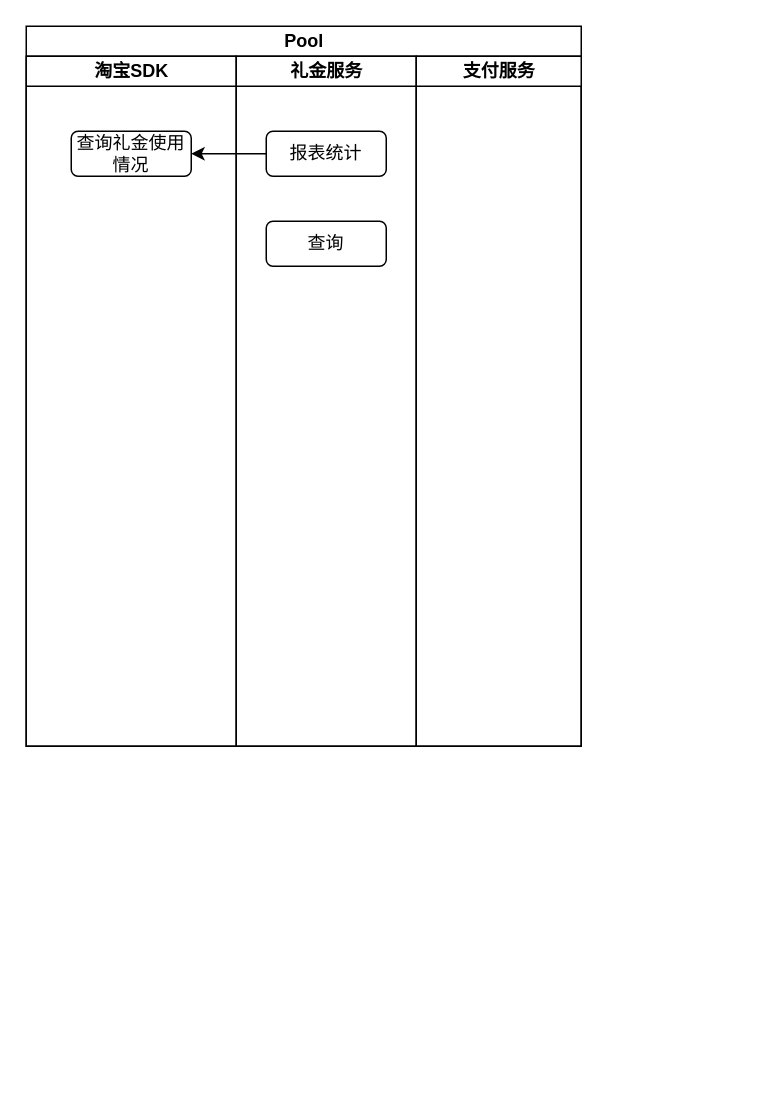
The draw.io diagram miyuan/礼金退回流程.drawio in smallleaf/draw.io, before the edit. Source tidied: cells renumbered, new cells numbered last; positions are measured from the earlier drawing's top-left corner, leaving out a move shared by most shapes. Both pictures are drawn from the tidied source at 150%, with x=0, y=0 at pixel (26, 26).
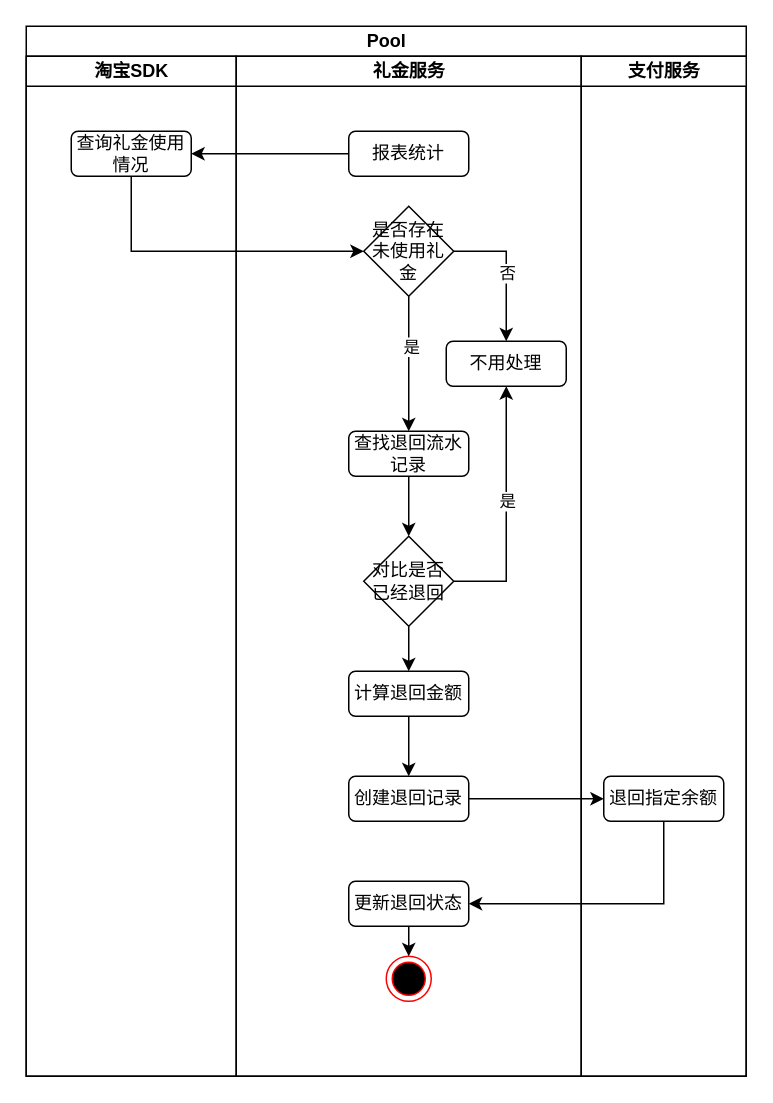
After the change.

Commit message (it also covers changes not shown here):
更新礼金退回流程.drawio

Unchanged cells that the change refers to:
```xml
<mxCell id="4" value="查询礼金使用情况" style="rounded=1;whiteSpace=wrap;html=1;" parent="3" vertex="1">
  <mxGeometry x="30" y="50" width="80" height="30" as="geometry" />
</mxCell>
```

Diff of the diagram source:
```diff
@@
     <mxCell id="2" value="Pool" style="swimlane;startSize=20;html=1;" parent="1" vertex="1">
-      <mxGeometry width="370" height="480" as="geometry" />
+      <mxGeometry width="480" height="700" as="geometry" />
     </mxCell>
     <mxCell id="3" value="淘宝SDK" style="swimlane;startSize=20;html=1;" parent="2" vertex="1">
-      <mxGeometry y="20" width="140" height="460" as="geometry" />
+      <mxGeometry y="20" width="140" height="680" as="geometry" />
     </mxCell>
@@
     <mxCell id="5" value="礼金服务" style="swimlane;startSize=20;html=1;" parent="2" vertex="1">
-      <mxGeometry x="140" y="20" width="120" height="460" as="geometry" />
+      <mxGeometry x="140" y="20" width="230" height="680" as="geometry" />
     </mxCell>
     <mxCell id="6" value="报表统计" style="rounded=1;whiteSpace=wrap;html=1;" parent="5" vertex="1">
-      <mxGeometry x="20" y="50" width="80" height="30" as="geometry" />
+      <mxGeometry x="75" y="50" width="80" height="30" as="geometry" />
     </mxCell>
-    <mxCell id="7" value="查询" style="rounded=1;whiteSpace=wrap;html=1;" parent="5" vertex="1">
-      <mxGeometry x="20" y="110" width="80" height="30" as="geometry" />
-    </mxCell>
+    <mxCell id="10" style="edgeStyle=orthogonalEdgeStyle;rounded=0;jettySize=auto;html=1;exitX=1;exitY=0.5;exitDx=0;exitDy=0;" parent="5" edge="1" source="14" target="15">
+      <mxGeometry relative="1" as="geometry" />
+    </mxCell>
+    <mxCell id="11" value="否" style="edgeLabel;html=1;align=center;verticalAlign=middle;" parent="10" vertex="1">
+      <mxGeometry x="0.03" relative="1" as="geometry" />
+    </mxCell>
+    <mxCell id="12" style="edgeStyle=orthogonalEdgeStyle;rounded=0;jettySize=auto;html=1;exitX=0.5;exitY=1;exitDx=0;exitDy=0;" parent="5" edge="1" source="14" target="17">
+      <mxGeometry relative="1" as="geometry" />
+    </mxCell>
+    <mxCell id="13" value="是" style="edgeLabel;html=1;align=center;verticalAlign=middle;" parent="12" vertex="1">
+      <mxGeometry x="-0.27" y="1" relative="1" as="geometry" />
+    </mxCell>
+    <mxCell id="14" value="是否存在未使用礼金" style="rhombus;whiteSpace=wrap;html=1;" parent="5" vertex="1">
+      <mxGeometry x="85" y="100" width="60" height="60" as="geometry" />
+    </mxCell>
+    <mxCell id="15" value="不用处理" style="rounded=1;whiteSpace=wrap;html=1;" parent="5" vertex="1">
+      <mxGeometry x="140" y="190" width="80" height="30" as="geometry" />
+    </mxCell>
+    <mxCell id="16" style="edgeStyle=orthogonalEdgeStyle;rounded=0;jettySize=auto;html=1;exitX=0.5;exitY=1;exitDx=0;exitDy=0;entryX=0.5;entryY=0;entryDx=0;entryDy=0;" parent="5" edge="1" source="17" target="21">
+      <mxGeometry relative="1" as="geometry" />
+    </mxCell>
+    <mxCell id="17" value="查找退回流水记录" style="rounded=1;whiteSpace=wrap;html=1;" parent="5" vertex="1">
+      <mxGeometry x="75" y="250" width="80" height="30" as="geometry" />
+    </mxCell>
+    <mxCell id="18" style="edgeStyle=orthogonalEdgeStyle;rounded=0;jettySize=auto;html=1;exitX=1;exitY=0.5;exitDx=0;exitDy=0;entryX=0.5;entryY=1;entryDx=0;entryDy=0;" parent="5" edge="1" source="21" target="15">
+      <mxGeometry relative="1" as="geometry" />
+    </mxCell>
+    <mxCell id="19" value="是" style="edgeLabel;html=1;align=center;verticalAlign=middle;" parent="18" vertex="1">
+      <mxGeometry x="0.08" relative="1" as="geometry" />
+    </mxCell>
+    <mxCell id="20" style="edgeStyle=orthogonalEdgeStyle;rounded=0;jettySize=auto;html=1;exitX=0.5;exitY=1;exitDx=0;exitDy=0;entryX=0.5;entryY=0;entryDx=0;entryDy=0;" parent="5" edge="1" source="21" target="23">
+      <mxGeometry relative="1" as="geometry" />
+    </mxCell>
+    <mxCell id="21" value="对比是否已经退回" style="rhombus;whiteSpace=wrap;html=1;" parent="5" vertex="1">
+      <mxGeometry x="85" y="320" width="60" height="60" as="geometry" />
+    </mxCell>
+    <mxCell id="22" style="edgeStyle=orthogonalEdgeStyle;rounded=0;jettySize=auto;html=1;exitX=0.5;exitY=1;exitDx=0;exitDy=0;entryX=0.5;entryY=0;entryDx=0;entryDy=0;" parent="5" edge="1" source="23" target="24">
+      <mxGeometry relative="1" as="geometry" />
+    </mxCell>
+    <mxCell id="23" value="计算退回金额" style="rounded=1;whiteSpace=wrap;html=1;" parent="5" vertex="1">
+      <mxGeometry x="75" y="410" width="80" height="30" as="geometry" />
+    </mxCell>
+    <mxCell id="24" value="创建退回记录" style="rounded=1;whiteSpace=wrap;html=1;" parent="5" vertex="1">
+      <mxGeometry x="75" y="480" width="80" height="30" as="geometry" />
+    </mxCell>
+    <mxCell id="25" style="ellipse;html=1;shape=endState;fillColor=#000000;strokeColor=#ff0000;" parent="5" vertex="1">
+      <mxGeometry x="100" y="600" width="30" height="30" as="geometry" />
+    </mxCell>
+    <mxCell id="26" style="edgeStyle=orthogonalEdgeStyle;rounded=0;jettySize=auto;html=1;exitX=0.5;exitY=1;exitDx=0;exitDy=0;entryX=0.5;entryY=0;entryDx=0;entryDy=0;" parent="5" edge="1" source="27" target="25">
+      <mxGeometry relative="1" as="geometry" />
+    </mxCell>
+    <mxCell id="27" value="更新退回状态" style="rounded=1;whiteSpace=wrap;html=1;" parent="5" vertex="1">
+      <mxGeometry x="75" y="550" width="80" height="30" as="geometry" />
+    </mxCell>
     <mxCell id="8" value="支付服务" style="swimlane;startSize=20;html=1;" parent="2" vertex="1">
-      <mxGeometry x="260" y="20" width="110" height="460" as="geometry" />
+      <mxGeometry x="370" y="20" width="110" height="680" as="geometry" />
     </mxCell>
+    <mxCell id="28" value="退回指定余额" style="rounded=1;whiteSpace=wrap;html=1;" parent="8" vertex="1">
+      <mxGeometry x="15" y="480" width="80" height="30" as="geometry" />
+    </mxCell>
@@
+    <mxCell id="29" style="edgeStyle=orthogonalEdgeStyle;rounded=0;jettySize=auto;html=1;exitX=0.5;exitY=1;exitDx=0;exitDy=0;entryX=0;entryY=0.5;entryDx=0;entryDy=0;" parent="2" edge="1" source="4" target="14">
+      <mxGeometry relative="1" as="geometry" />
+    </mxCell>
+    <mxCell id="30" style="edgeStyle=orthogonalEdgeStyle;rounded=0;jettySize=auto;html=1;exitX=1;exitY=0.5;exitDx=0;exitDy=0;entryX=0;entryY=0.5;entryDx=0;entryDy=0;" parent="2" edge="1" source="24" target="28">
+      <mxGeometry relative="1" as="geometry" />
+    </mxCell>
+    <mxCell id="31" style="edgeStyle=orthogonalEdgeStyle;rounded=0;jettySize=auto;html=1;exitX=0.5;exitY=1;exitDx=0;exitDy=0;entryX=1;entryY=0.5;entryDx=0;entryDy=0;" parent="2" edge="1" source="28" target="27">
+      <mxGeometry relative="1" as="geometry" />
+    </mxCell>
```
